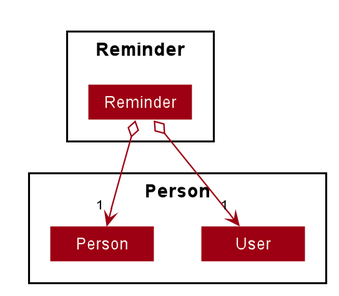
Earlier version of the PlantUML export images/ModelReminderClassDiagram.png (AY1920S2-CS2103T-W12-3/main). The source it was exported from:
```plantuml
@startuml








skinparam BackgroundColor #FFFFFFF

skinparam Shadowing false

skinparam Class {
    FontColor #FFFFFF
    BorderThickness 1
    BorderColor #FFFFFF
    StereotypeFontColor #FFFFFF
    FontName Arial
    AttributeFontColor #FFFFFF
    AttributeFontName Arial
}

skinparam Actor {
    BorderColor #000000
    Color #000000
    FontName Arial
}

skinparam Sequence {
    MessageAlign center
    BoxFontSize 15
    BoxPadding 0
    BoxFontColor #FFFFFF
    FontName Arial
}

skinparam Participant {
    FontColor #FFFFFFF
    Padding 20
}

skinparam MinClassWidth 50
skinparam ParticipantPadding 10
skinparam Shadowing false
skinparam DefaultTextAlignment center
skinparam packageStyle Rectangle

hide footbox
hide members
hide circle
skinparam padding 2
skinparam minClassWidth 80
skinparam arrowFontSize 10
skinparam arrowThickness 1.1
skinparam arrowColor #9D0012
skinparam classBackgroundColor #9D0012

Package Reminder {
Class Reminder
}

Package Person {
Class User
Class Person
}

Reminder o--> "1" User
Reminder o--> "1" Person

@enduml
```
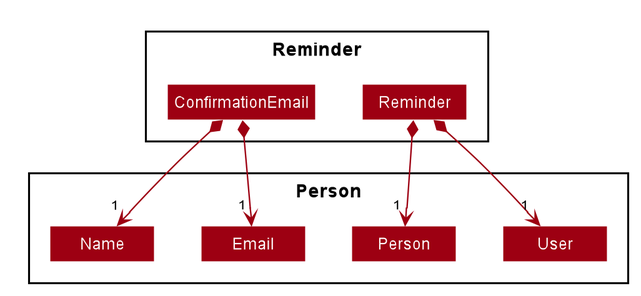
The same diagram one commit later.

Change to the diagram source:
```diff
@@ -58,14 +58,19 @@
 
 Package Reminder {
 Class Reminder
+Class ConfirmationEmail
 }
 
 Package Person {
 Class User
 Class Person
+Class Email
+Class Name
 }
 
-Reminder o--> "1" User
-Reminder o--> "1" Person
+Reminder *--> "1" User
+Reminder *--> "1" Person
+ConfirmationEmail *--> "1" Name
+ConfirmationEmail *--> "1" Email
 
 @enduml
```
